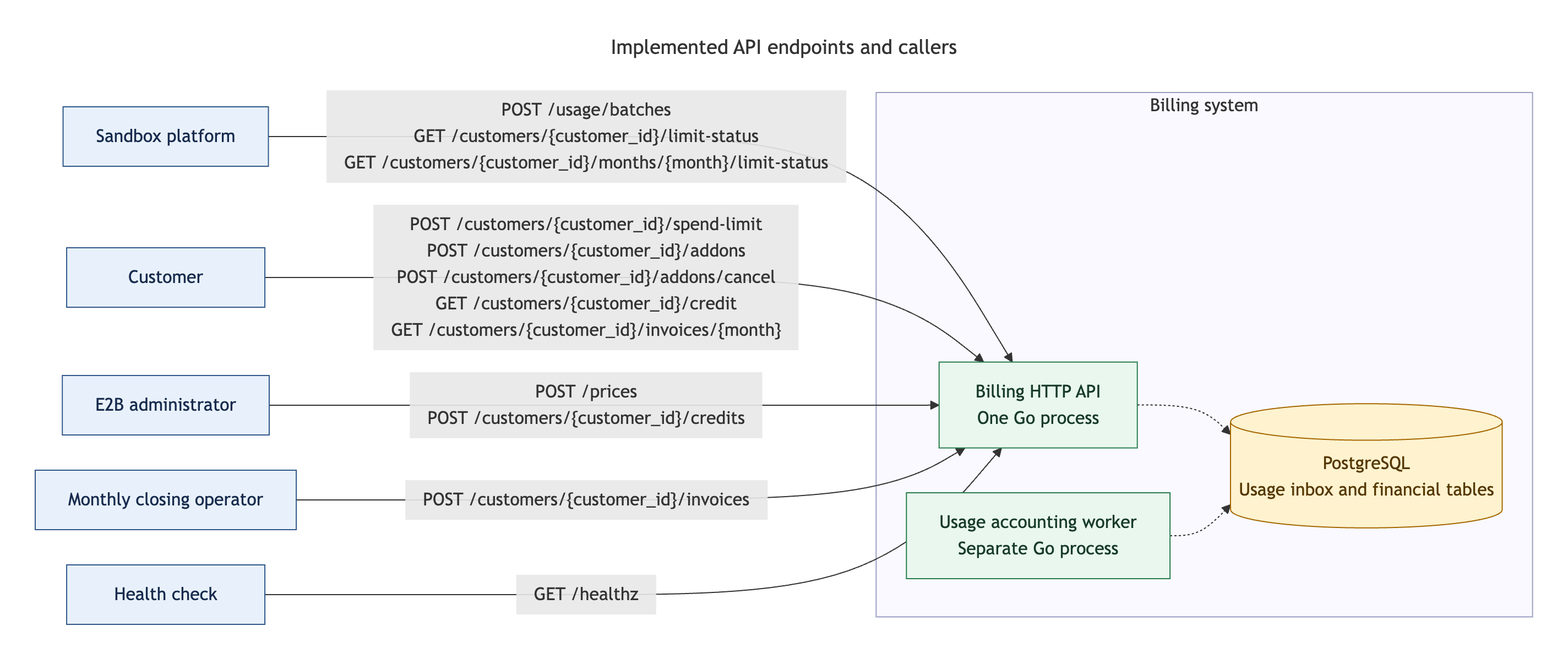
Earlier version of the Mermaid export docs/diagrams/api-endpoints/api-endpoints.png (pupitooo/e2b-billing-api). Its source is kept beside it as docs/diagrams/api-endpoints/api-endpoints.mmd.
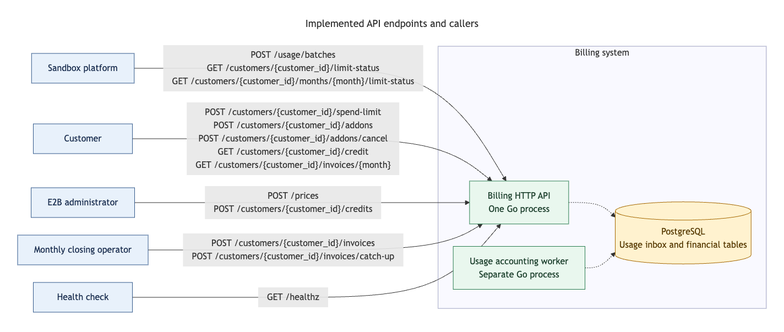
After the commit.

What changed in the source:
```diff
@@ -22,7 +22,7 @@
     platform -->|"<span style='display: inline-block; white-space: nowrap; padding: 6px 16px'>POST /usage/batches<br/>GET /customers/{customer_id}/limit-status<br/>GET /customers/{customer_id}/months/{month}/limit-status</span>"| api
     customer -->|"<span style='display: inline-block; white-space: nowrap; padding: 6px 16px'>POST /customers/{customer_id}/spend-limit<br/>POST /customers/{customer_id}/addons<br/>POST /customers/{customer_id}/addons/cancel<br/>GET /customers/{customer_id}/credit<br/>GET /customers/{customer_id}/invoices/{month}</span>"| api
     admin -->|"<span style='display: inline-block; white-space: nowrap; padding: 6px 16px'>POST /prices<br/>POST /customers/{customer_id}/credits</span>"| api
-    closing -->|"<span style='display: inline-block; white-space: nowrap; padding: 6px 16px'>POST /customers/{customer_id}/invoices</span>"| api
+    closing -->|"<span style='display: inline-block; white-space: nowrap; padding: 6px 16px'>POST /customers/{customer_id}/invoices<br/>POST /customers/{customer_id}/invoices/catch-up</span>"| api
     health -->|"<span style='display: inline-block; white-space: nowrap; padding: 6px 16px'>GET /healthz</span>"| api
 
     api -.-> db
```
